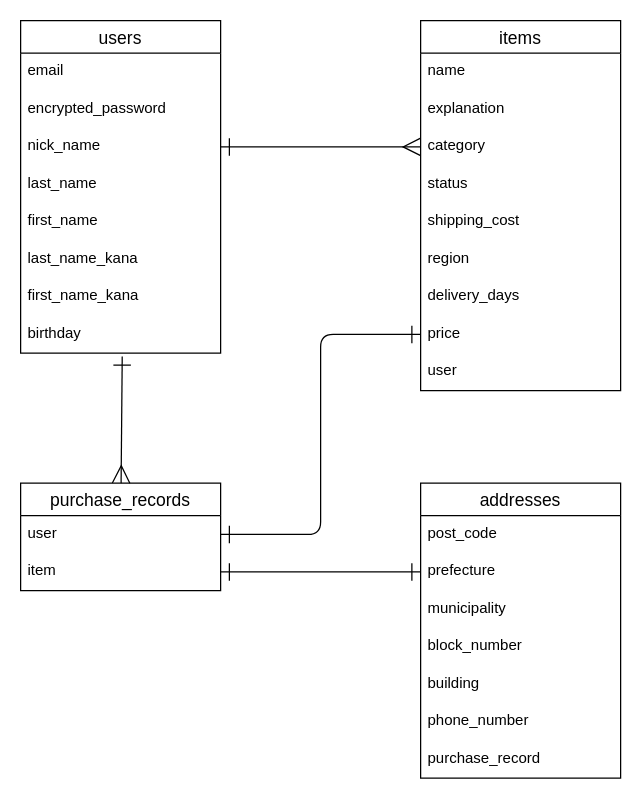
The draw.io diagram ER.dio in makotopin/furima-37637, before the edit. Source tidied: cells renumbered, new cells numbered last; positions are measured from the earlier drawing's top-left corner, leaving out a move shared by most shapes. Both pictures are drawn from the tidied source at 125%, with x=0, y=0 at pixel (20, 20).
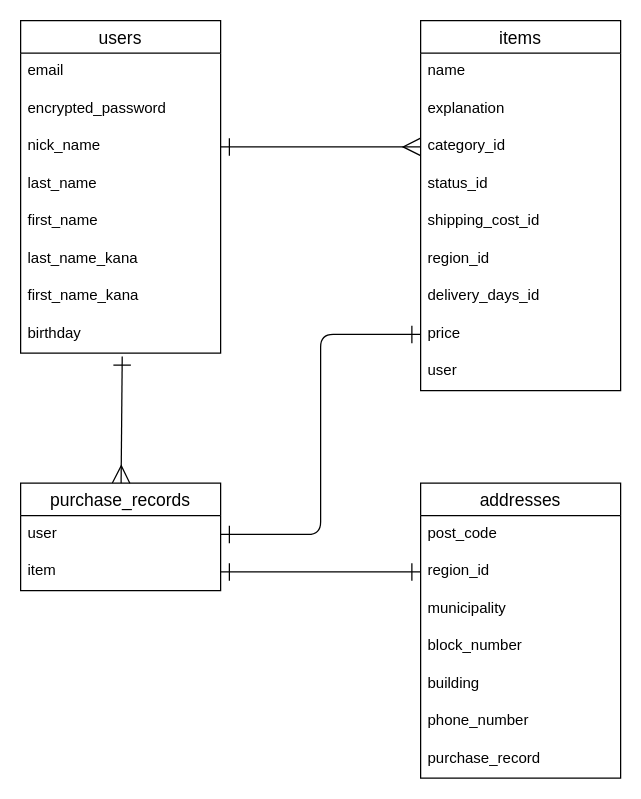
Above is the later version.

Unchanged cells that the change refers to:
```xml
<mxCell id="11" value="items" style="swimlane;fontStyle=0;horizontal=1;startSize=26;align=center;fontSize=14;" parent="1" vertex="1">
  <mxGeometry x="320" width="160" height="296" as="geometry" />
</mxCell>
<mxCell id="22" value="addresses" style="swimlane;fontStyle=0;horizontal=1;startSize=26;align=center;fontSize=14;" parent="1" vertex="1">
  <mxGeometry x="320" y="370" width="160" height="236" as="geometry" />
</mxCell>
```

The edit, as a diff of the source:
```diff
@@
-    <mxCell id="14" value="category" style="text;strokeColor=none;fillColor=none;spacingLeft=4;spacingRight=4;overflow=hidden;points=[[0,0.5],[1,0.5]];portConstraint=eastwest;fontSize=12;" parent="11" vertex="1">
+    <mxCell id="14" value="category_id" style="text;strokeColor=none;fillColor=none;spacingLeft=4;spacingRight=4;overflow=hidden;points=[[0,0.5],[1,0.5]];portConstraint=eastwest;fontSize=12;" parent="11" vertex="1">
       <mxGeometry y="86" width="160" height="30" as="geometry" />
     </mxCell>
-    <mxCell id="15" value="status" style="text;strokeColor=none;fillColor=none;spacingLeft=4;spacingRight=4;overflow=hidden;fontSize=12;" parent="11" vertex="1">
+    <mxCell id="15" value="status_id" style="text;strokeColor=none;fillColor=none;spacingLeft=4;spacingRight=4;overflow=hidden;fontSize=12;" parent="11" vertex="1">
       <mxGeometry y="116" width="160" height="30" as="geometry" />
     </mxCell>
-    <mxCell id="16" value="shipping_cost" style="text;strokeColor=none;fillColor=none;spacingLeft=4;spacingRight=4;overflow=hidden;fontSize=12;" parent="11" vertex="1">
+    <mxCell id="16" value="shipping_cost_id" style="text;strokeColor=none;fillColor=none;spacingLeft=4;spacingRight=4;overflow=hidden;fontSize=12;" parent="11" vertex="1">
       <mxGeometry y="146" width="160" height="30" as="geometry" />
     </mxCell>
-    <mxCell id="17" value="region" style="text;strokeColor=none;fillColor=none;spacingLeft=4;spacingRight=4;overflow=hidden;fontSize=12;" parent="11" vertex="1">
+    <mxCell id="17" value="region_id" style="text;strokeColor=none;fillColor=none;spacingLeft=4;spacingRight=4;overflow=hidden;fontSize=12;" parent="11" vertex="1">
       <mxGeometry y="176" width="160" height="30" as="geometry" />
     </mxCell>
-    <mxCell id="18" value="delivery_days" style="text;strokeColor=none;fillColor=none;spacingLeft=4;spacingRight=4;overflow=hidden;fontSize=12;" parent="11" vertex="1">
+    <mxCell id="18" value="delivery_days_id" style="text;strokeColor=none;fillColor=none;spacingLeft=4;spacingRight=4;overflow=hidden;fontSize=12;" parent="11" vertex="1">
       <mxGeometry y="206" width="160" height="30" as="geometry" />
     </mxCell>
@@
-    <mxCell id="24" value="prefecture" style="text;strokeColor=none;fillColor=none;spacingLeft=4;spacingRight=4;overflow=hidden;points=[[0,0.5],[1,0.5]];portConstraint=eastwest;fontSize=12;" parent="22" vertex="1">
+    <mxCell id="24" value="region_id" style="text;strokeColor=none;fillColor=none;spacingLeft=4;spacingRight=4;overflow=hidden;points=[[0,0.5],[1,0.5]];portConstraint=eastwest;fontSize=12;" parent="22" vertex="1">
       <mxGeometry y="56" width="160" height="30" as="geometry" />
     </mxCell>
```
